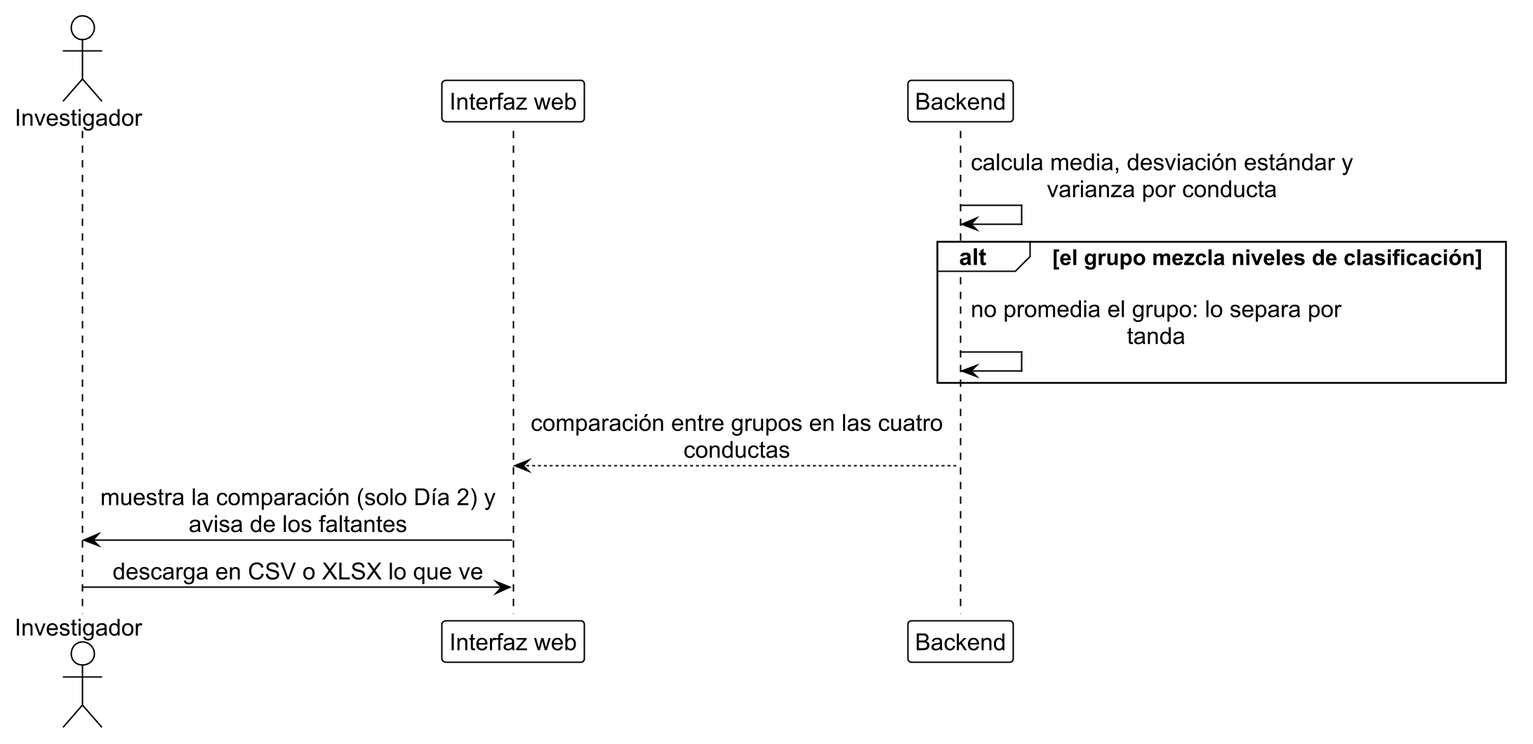
This is diagramas/seq_diapositivas/res_3.png from ErickJester/fst-ai-system-latex, a PlantUML export, as it was before one commit. Its diagram source:
```plantuml
@startuml res_3
!include ../estilo_doc.iuml
skinparam dpi 200
actor Investigador as inv
participant "Interfaz web" as ui
participant Backend as api

api -> api: calcula media, desviación estándar y\nvarianza por conducta
alt el grupo mezcla niveles de clasificación
  api -> api: no promedia el grupo: lo separa por\ntanda
end
api --> ui: comparación entre grupos en las cuatro\nconductas
ui -> inv: muestra la comparación (solo Día 2) y\navisa de los faltantes
inv -> ui: descarga en CSV o XLSX lo que ve
@enduml
```
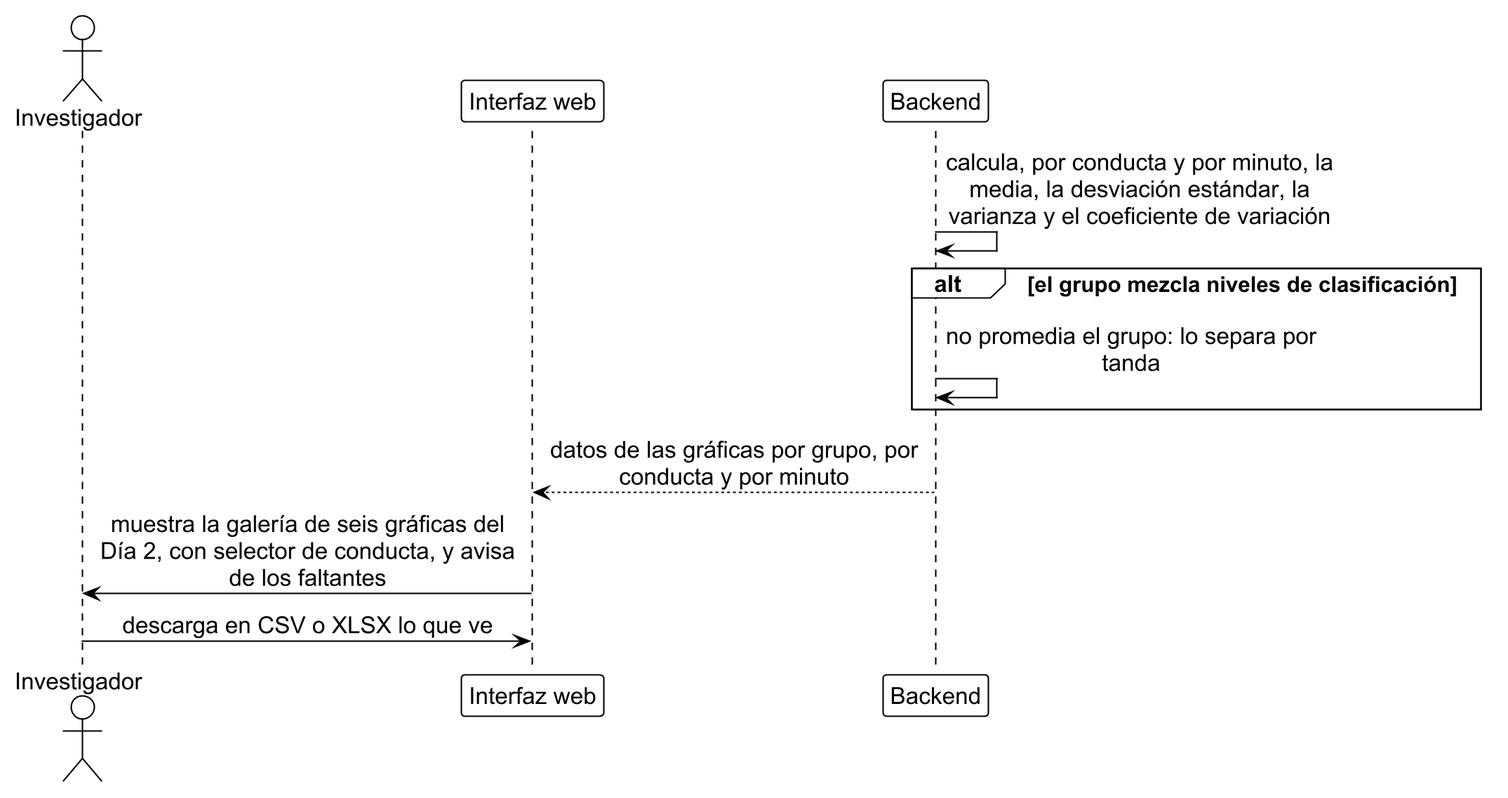
The same file after the commit.

Change to the diagram source:
```diff
@@ -5,11 +5,11 @@
 participant "Interfaz web" as ui
 participant Backend as api
 
-api -> api: calcula media, desviación estándar y\nvarianza por conducta
+api -> api: calcula, por conducta y por minuto, la\nmedia, la desviación estándar, la\nvarianza y el coeficiente de variación
 alt el grupo mezcla niveles de clasificación
   api -> api: no promedia el grupo: lo separa por\ntanda
 end
-api --> ui: comparación entre grupos en las cuatro\nconductas
-ui -> inv: muestra la comparación (solo Día 2) y\navisa de los faltantes
+api --> ui: datos de las gráficas por grupo, por\nconducta y por minuto
+ui -> inv: muestra la galería de seis gráficas del\nDía 2, con selector de conducta, y avisa\nde los faltantes
 inv -> ui: descarga en CSV o XLSX lo que ve
 @enduml
```
